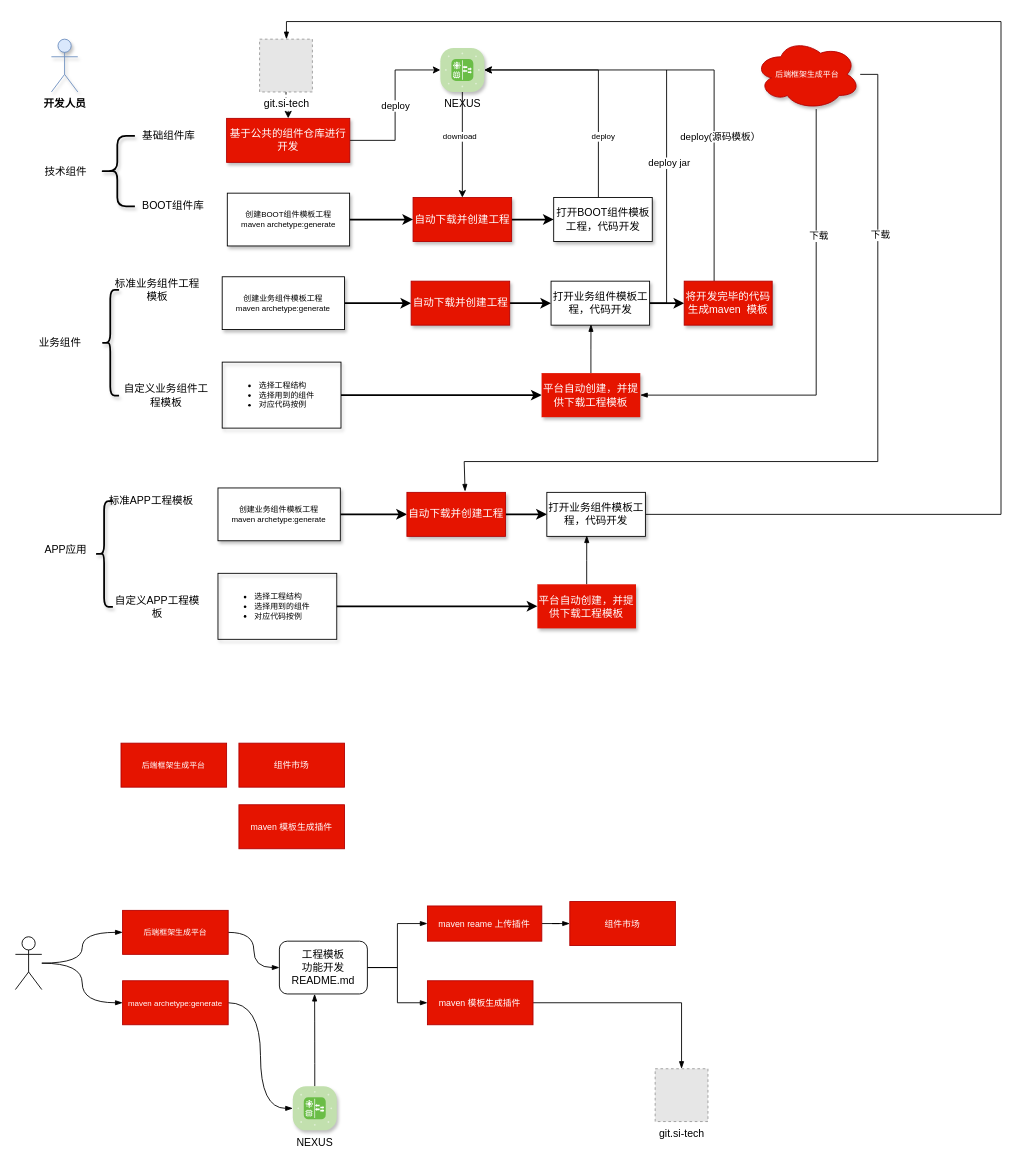
The draw.io diagram page "第 17 页" (17 of 18) of 微服务.drawio in qymmdj/draw-io, before the edit. Source tidied: cells renumbered, new cells numbered last; positions are measured from the earlier drawing's top-left corner, leaving out a move shared by most shapes. Both pictures are drawn from the tidied source at 88%, with x=0, y=0 at pixel (15, 21). Pictures stored in the file or linked from it are replaced by grey dashed boxes.
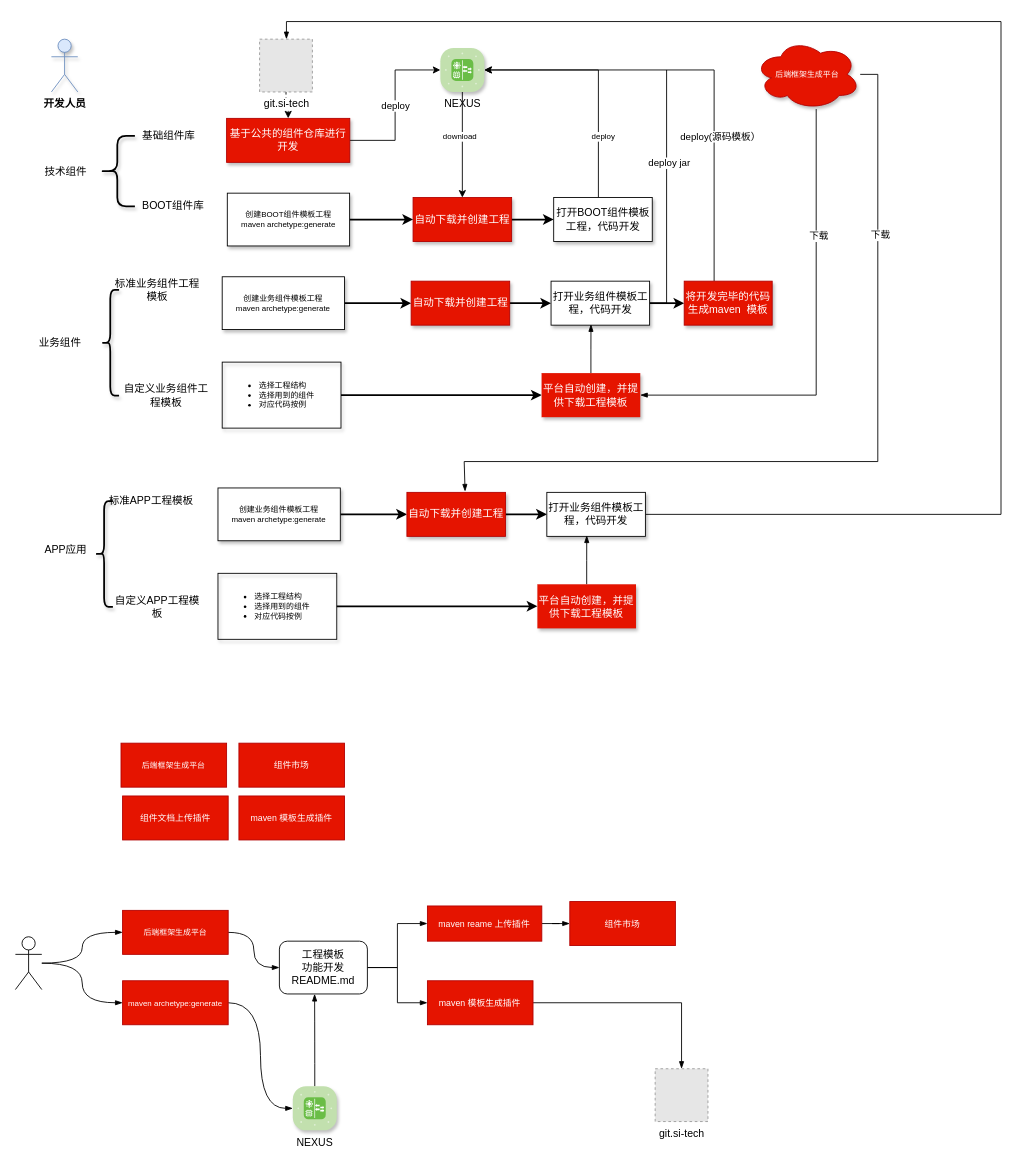
Above is the later version.

Change to the diagram source:
```diff
@@
     <mxCell id="63" value="&lt;font size=&quot;1&quot;&gt;maven 模板生成插件&lt;/font&gt;" style="rounded=0;whiteSpace=wrap;html=1;fillColor=#e51400;fontColor=#ffffff;strokeColor=#B20000;" parent="1" vertex="1">
-      <mxGeometry x="254" y="890" width="120" height="50" as="geometry" />
+      <mxGeometry x="254" y="880" width="120" height="50" as="geometry" />
     </mxCell>
@@
+    <mxCell id="80" value="&lt;font size=&quot;1&quot;&gt;组件文档上传插件&lt;/font&gt;" style="rounded=0;whiteSpace=wrap;html=1;fillColor=#e51400;fontColor=#ffffff;strokeColor=#B20000;" parent="1" vertex="1">
+      <mxGeometry x="121.8" y="880" width="120" height="50" as="geometry" />
+    </mxCell>
```
